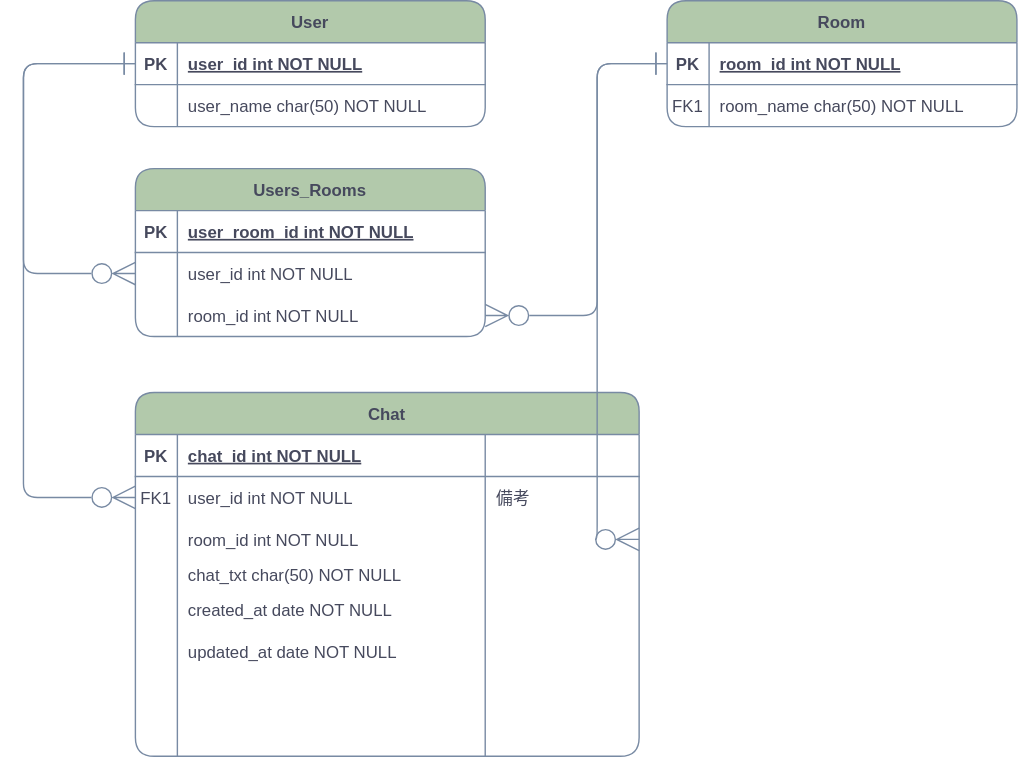
Above: チャットアプリER図.drawio.svg in fuzztarou/API-Practice (draw.io), before the change. Source tidied: cells renumbered, new cells last; positions are measured from the earlier drawing's top-left corner, leaving out a move shared by most shapes.
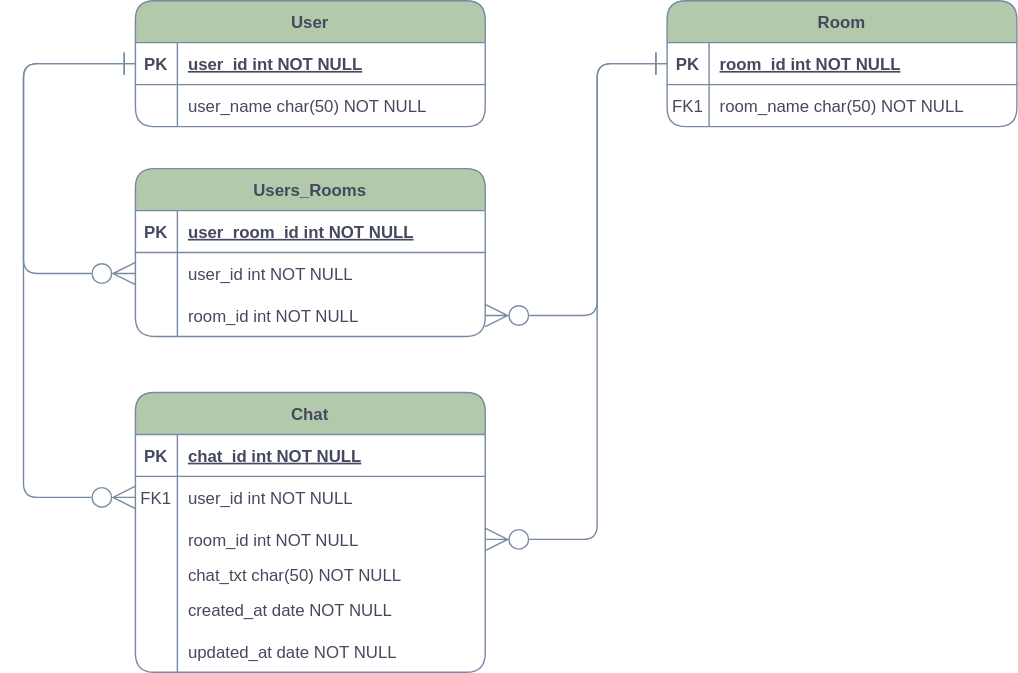
After the commit.

The edit, as a diff of the source:
```diff
@@ -24,10 +24,10 @@
       <mxGeometry x="30" width="220" height="30" as="geometry" />
     </mxCell>
     <mxCell id="9" value="Chat" style="shape=table;startSize=30;rowLines=0;fontStyle=1;align=center;rounded=1;fillColor=#B2C9AB;strokeColor=#788AA3;fontColor=#46495D;" parent="1" vertex="1">
-      <mxGeometry x="80" y="280" width="360" height="260" as="geometry" />
+      <mxGeometry x="80" y="280" width="250" height="200" as="geometry" />
     </mxCell>
     <mxCell id="10" style="shape=partialRectangle;fillColor=none;top=0;left=0;right=0;bottom=1;rounded=1;strokeColor=#788AA3;fontColor=#46495D;" parent="9" vertex="1">
-      <mxGeometry y="30" width="360" height="30" as="geometry" />
+      <mxGeometry y="30" width="250" height="30" as="geometry" />
     </mxCell>
     <mxCell id="11" value="PK" style="shape=partialRectangle;overflow=hidden;fillColor=none;top=0;left=0;bottom=0;right=0;fontStyle=1;rounded=1;strokeColor=#788AA3;fontColor=#46495D;" parent="10" vertex="1">
       <mxGeometry width="30" height="30" as="geometry" />
@@ -35,11 +35,8 @@
     <mxCell id="12" value="chat_id int NOT NULL " style="shape=partialRectangle;overflow=hidden;fillColor=none;top=0;left=0;bottom=0;right=0;align=left;spacingLeft=6;fontStyle=5;rounded=1;strokeColor=#788AA3;fontColor=#46495D;" parent="10" vertex="1">
       <mxGeometry x="30" width="220" height="30" as="geometry" />
     </mxCell>
-    <mxCell id="13" style="shape=partialRectangle;overflow=hidden;fillColor=none;top=0;left=0;bottom=0;right=0;align=left;spacingLeft=6;fontStyle=5;rounded=1;strokeColor=#788AA3;fontColor=#46495D;" parent="10" vertex="1">
-      <mxGeometry x="250" width="110" height="30" as="geometry" />
-    </mxCell>
     <mxCell id="14" style="shape=partialRectangle;fillColor=none;points=[[0,0.5],[1,0.5]];portConstraint=eastwest;top=0;left=0;right=0;bottom=0;rounded=1;strokeColor=#788AA3;fontColor=#46495D;" parent="9" vertex="1">
-      <mxGeometry y="60" width="360" height="30" as="geometry" />
+      <mxGeometry y="60" width="250" height="30" as="geometry" />
     </mxCell>
     <mxCell id="15" value="FK1" style="shape=partialRectangle;overflow=hidden;fillColor=none;top=0;left=0;bottom=0;right=0;rounded=1;strokeColor=#788AA3;fontColor=#46495D;" parent="14" vertex="1">
       <mxGeometry width="30" height="30" as="geometry" />
@@ -47,11 +44,8 @@
     <mxCell id="16" value="user_id int NOT NULL" style="shape=partialRectangle;overflow=hidden;fillColor=none;top=0;left=0;bottom=0;right=0;align=left;spacingLeft=6;rounded=1;strokeColor=#788AA3;fontColor=#46495D;" parent="14" vertex="1">
       <mxGeometry x="30" width="220" height="30" as="geometry" />
     </mxCell>
-    <mxCell id="17" value="備考" style="shape=partialRectangle;overflow=hidden;fillColor=none;top=0;left=0;bottom=0;right=0;align=left;spacingLeft=6;rounded=1;strokeColor=#788AA3;fontColor=#46495D;" parent="14" vertex="1">
-      <mxGeometry x="250" width="110" height="30" as="geometry" />
-    </mxCell>
     <mxCell id="18" style="shape=partialRectangle;fillColor=none;points=[[0,0.5],[1,0.5]];portConstraint=eastwest;top=0;left=0;right=0;bottom=0;rounded=1;strokeColor=#788AA3;fontColor=#46495D;" parent="9" vertex="1">
-      <mxGeometry y="90" width="360" height="30" as="geometry" />
+      <mxGeometry y="90" width="250" height="30" as="geometry" />
     </mxCell>
     <mxCell id="19" style="shape=partialRectangle;overflow=hidden;fillColor=none;top=0;left=0;bottom=0;right=0;rounded=1;strokeColor=#788AA3;fontColor=#46495D;" parent="18" vertex="1">
       <mxGeometry width="30" height="30" as="geometry" />
@@ -59,11 +53,8 @@
     <mxCell id="20" value="room_id int NOT NULL" style="shape=partialRectangle;overflow=hidden;fillColor=none;top=0;left=0;bottom=0;right=0;align=left;spacingLeft=6;rounded=1;strokeColor=#788AA3;fontColor=#46495D;" parent="18" vertex="1">
       <mxGeometry x="30" width="220" height="30" as="geometry" />
     </mxCell>
-    <mxCell id="21" style="shape=partialRectangle;overflow=hidden;fillColor=none;top=0;left=0;bottom=0;right=0;align=left;spacingLeft=6;rounded=1;strokeColor=#788AA3;fontColor=#46495D;" parent="18" vertex="1">
-      <mxGeometry x="250" width="110" height="30" as="geometry" />
-    </mxCell>
     <mxCell id="22" style="shape=partialRectangle;fillColor=none;top=0;left=0;right=0;bottom=0;rounded=1;strokeColor=#788AA3;fontColor=#46495D;" parent="9" vertex="1">
-      <mxGeometry y="120" width="360" height="20" as="geometry" />
+      <mxGeometry y="120" width="250" height="20" as="geometry" />
     </mxCell>
     <mxCell id="23" style="shape=partialRectangle;overflow=hidden;fillColor=none;top=0;left=0;bottom=0;right=0;rounded=1;strokeColor=#788AA3;fontColor=#46495D;" parent="22" vertex="1">
       <mxGeometry width="30" height="20" as="geometry" />
@@ -71,11 +62,8 @@
     <mxCell id="24" value="chat_txt char(50) NOT NULL" style="shape=partialRectangle;overflow=hidden;fillColor=none;top=0;left=0;bottom=0;right=0;align=left;spacingLeft=6;rounded=1;strokeColor=#788AA3;fontColor=#46495D;" parent="22" vertex="1">
       <mxGeometry x="30" width="220" height="20" as="geometry" />
     </mxCell>
-    <mxCell id="25" style="shape=partialRectangle;overflow=hidden;fillColor=none;top=0;left=0;bottom=0;right=0;align=left;spacingLeft=6;rounded=1;strokeColor=#788AA3;fontColor=#46495D;" parent="22" vertex="1">
-      <mxGeometry x="250" width="110" height="20" as="geometry" />
-    </mxCell>
     <mxCell id="26" style="shape=partialRectangle;fillColor=none;top=0;left=0;right=0;bottom=0;rounded=1;strokeColor=#788AA3;fontColor=#46495D;" parent="9" vertex="1">
-      <mxGeometry y="140" width="360" height="30" as="geometry" />
+      <mxGeometry y="140" width="250" height="30" as="geometry" />
     </mxCell>
     <mxCell id="27" style="shape=partialRectangle;overflow=hidden;fillColor=none;top=0;left=0;bottom=0;right=0;rounded=1;strokeColor=#788AA3;fontColor=#46495D;" parent="26" vertex="1">
       <mxGeometry width="30" height="30" as="geometry" />
@@ -83,11 +71,8 @@
     <mxCell id="28" value="created_at date NOT NULL" style="shape=partialRectangle;overflow=hidden;fillColor=none;top=0;left=0;bottom=0;right=0;align=left;spacingLeft=6;rounded=1;strokeColor=#788AA3;fontColor=#46495D;" parent="26" vertex="1">
       <mxGeometry x="30" width="220" height="30" as="geometry" />
     </mxCell>
-    <mxCell id="29" style="shape=partialRectangle;overflow=hidden;fillColor=none;top=0;left=0;bottom=0;right=0;align=left;spacingLeft=6;rounded=1;strokeColor=#788AA3;fontColor=#46495D;" parent="26" vertex="1">
-      <mxGeometry x="250" width="110" height="30" as="geometry" />
-    </mxCell>
     <mxCell id="30" style="shape=partialRectangle;fillColor=none;top=0;left=0;right=0;bottom=0;rounded=1;strokeColor=#788AA3;fontColor=#46495D;" parent="9" vertex="1">
-      <mxGeometry y="170" width="360" height="30" as="geometry" />
+      <mxGeometry y="170" width="250" height="30" as="geometry" />
     </mxCell>
     <mxCell id="31" style="shape=partialRectangle;overflow=hidden;fillColor=none;top=0;left=0;bottom=0;right=0;rounded=1;strokeColor=#788AA3;fontColor=#46495D;" parent="30" vertex="1">
       <mxGeometry width="30" height="30" as="geometry" />
@@ -95,33 +80,6 @@
     <mxCell id="32" value="updated_at date NOT NULL" style="shape=partialRectangle;overflow=hidden;fillColor=none;top=0;left=0;bottom=0;right=0;align=left;spacingLeft=6;rounded=1;strokeColor=#788AA3;fontColor=#46495D;" parent="30" vertex="1">
       <mxGeometry x="30" width="220" height="30" as="geometry" />
     </mxCell>
-    <mxCell id="33" style="shape=partialRectangle;overflow=hidden;fillColor=none;top=0;left=0;bottom=0;right=0;align=left;spacingLeft=6;rounded=1;strokeColor=#788AA3;fontColor=#46495D;" parent="30" vertex="1">
-      <mxGeometry x="250" width="110" height="30" as="geometry" />
-    </mxCell>
-    <mxCell id="34" style="shape=partialRectangle;fillColor=none;top=0;left=0;right=0;bottom=0;rounded=1;strokeColor=#788AA3;fontColor=#46495D;" parent="9" vertex="1">
-      <mxGeometry y="200" width="360" height="30" as="geometry" />
-    </mxCell>
-    <mxCell id="35" style="shape=partialRectangle;overflow=hidden;fillColor=none;top=0;left=0;bottom=0;right=0;rounded=1;strokeColor=#788AA3;fontColor=#46495D;" parent="34" vertex="1">
-      <mxGeometry width="30" height="30" as="geometry" />
-    </mxCell>
-    <mxCell id="36" style="shape=partialRectangle;overflow=hidden;fillColor=none;top=0;left=0;bottom=0;right=0;align=left;spacingLeft=6;rounded=1;strokeColor=#788AA3;fontColor=#46495D;" parent="34" vertex="1">
-      <mxGeometry x="30" width="220" height="30" as="geometry" />
-    </mxCell>
-    <mxCell id="37" style="shape=partialRectangle;overflow=hidden;fillColor=none;top=0;left=0;bottom=0;right=0;align=left;spacingLeft=6;rounded=1;strokeColor=#788AA3;fontColor=#46495D;" parent="34" vertex="1">
-      <mxGeometry x="250" width="110" height="30" as="geometry" />
-    </mxCell>
-    <mxCell id="38" style="shape=partialRectangle;fillColor=none;top=0;left=0;right=0;bottom=0;rounded=1;strokeColor=#788AA3;fontColor=#46495D;" parent="9" vertex="1">
-      <mxGeometry y="230" width="360" height="30" as="geometry" />
-    </mxCell>
-    <mxCell id="39" style="shape=partialRectangle;overflow=hidden;fillColor=none;top=0;left=0;bottom=0;right=0;rounded=1;strokeColor=#788AA3;fontColor=#46495D;" parent="38" vertex="1">
-      <mxGeometry width="30" height="30" as="geometry" />
-    </mxCell>
-    <mxCell id="40" style="shape=partialRectangle;overflow=hidden;fillColor=none;top=0;left=0;bottom=0;right=0;align=left;spacingLeft=6;rounded=1;strokeColor=#788AA3;fontColor=#46495D;" parent="38" vertex="1">
-      <mxGeometry x="30" width="220" height="30" as="geometry" />
-    </mxCell>
-    <mxCell id="41" style="shape=partialRectangle;overflow=hidden;fillColor=none;top=0;left=0;bottom=0;right=0;align=left;spacingLeft=6;rounded=1;strokeColor=#788AA3;fontColor=#46495D;" parent="38" vertex="1">
-      <mxGeometry x="250" width="110" height="30" as="geometry" />
-    </mxCell>
     <mxCell id="42" value="User" style="shape=table;startSize=30;rowLines=0;fontStyle=1;align=center;rounded=1;fillColor=#B2C9AB;strokeColor=#788AA3;fontColor=#46495D;" parent="1" vertex="1">
       <mxGeometry x="80" width="250" height="90" as="geometry" />
     </mxCell>
```
